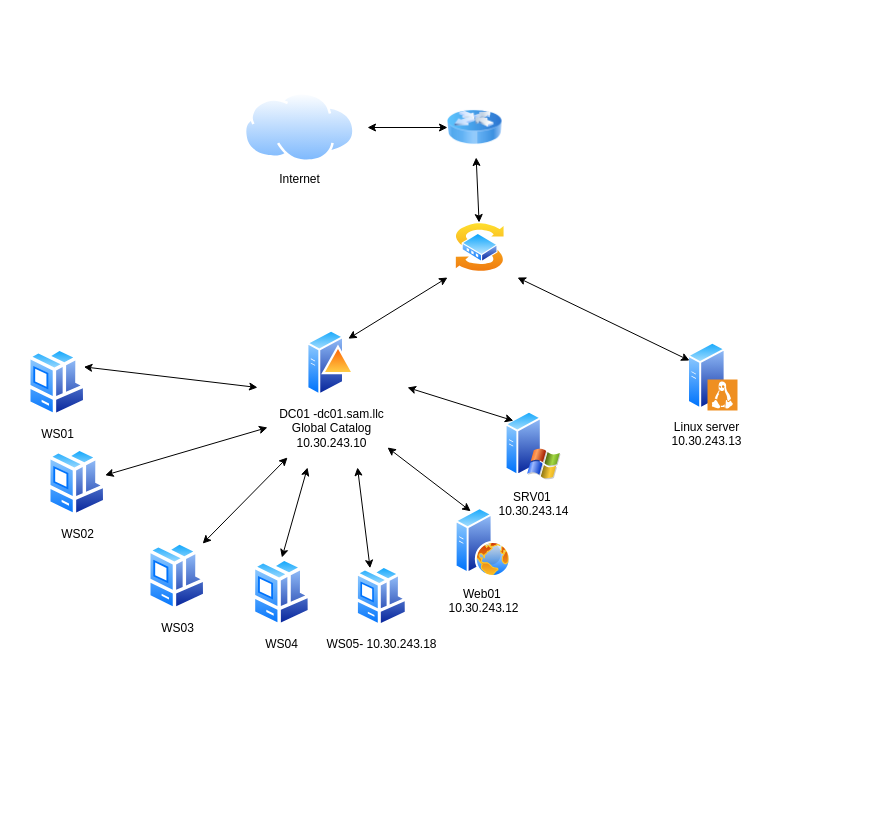
Above: Untitled Diagram.drawio in hgh7527/Network-Discovery-and-Topology-Mapping (draw.io), before the change. Source tidied: cells renumbered, new cells numbered last; positions are measured from the earlier drawing's top-left corner, leaving out a move shared by most shapes. Both pictures are drawn from the tidied source at 100%, with x=0, y=0 at pixel (27, 92).
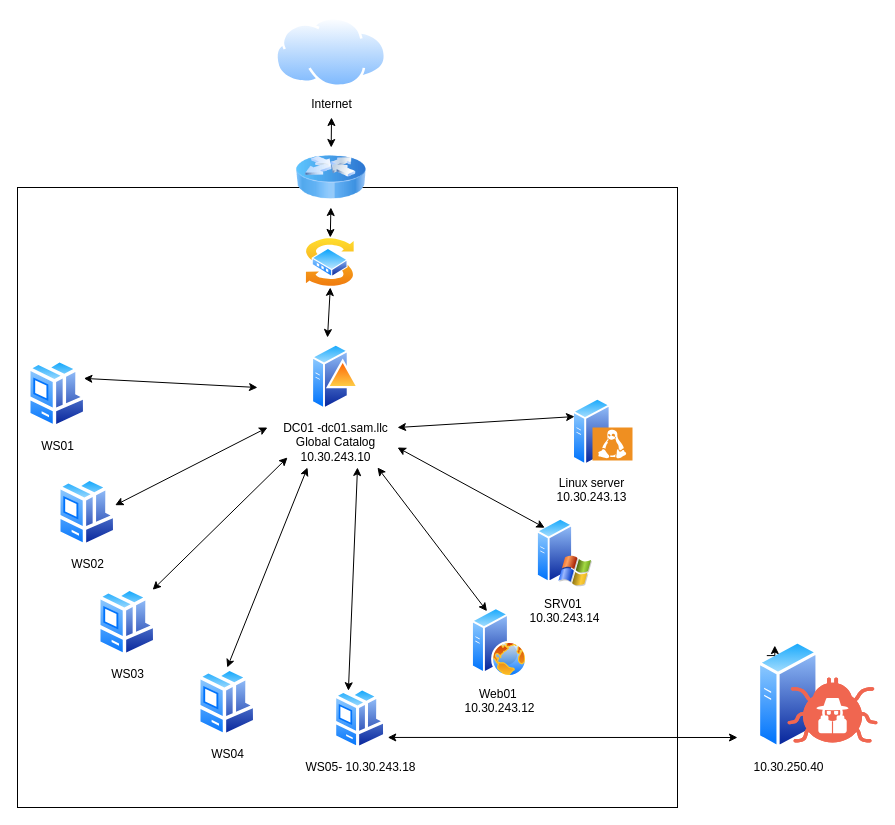
The same diagram, later.

The edit, as a diff of the source:
```diff
@@
     <mxCell id="2" value="DC01 -dc01.sam.llc&lt;div&gt;Global Catalog&lt;/div&gt;&lt;div&gt;10.30.243.10&lt;/div&gt;" style="image;perimeter=ellipsePerimeter;html=1;align=center;shadow=0;dashed=0;spacingTop=3;image=img/lib/active_directory/domain_controller.svg;" parent="1" vertex="1">
-      <mxGeometry x="279.5" y="236" width="48.3" height="69" as="geometry" />
+      <mxGeometry x="284.2" y="250" width="48.3" height="69" as="geometry" />
     </mxCell>
     <mxCell id="3" value="&lt;div&gt;WS01&lt;/div&gt;&lt;div&gt;&lt;br&gt;&lt;/div&gt;" style="image;perimeter=ellipsePerimeter;html=1;align=center;shadow=0;dashed=0;spacingTop=3;image=img/lib/active_directory/workstation_client.svg;" parent="1" vertex="1">
-      <mxGeometry y="255" width="59.5" height="70" as="geometry" />
+      <mxGeometry y="266.5" width="59.5" height="70" as="geometry" />
     </mxCell>
     <mxCell id="4" value="WS04" style="image;perimeter=ellipsePerimeter;html=1;align=center;shadow=0;dashed=0;spacingTop=3;image=img/lib/active_directory/workstation_client.svg;" parent="1" vertex="1">
-      <mxGeometry x="224.7" y="465" width="59.5" height="70" as="geometry" />
+      <mxGeometry x="170" y="575" width="59.5" height="70" as="geometry" />
     </mxCell>
     <mxCell id="5" value="WS03" style="image;perimeter=ellipsePerimeter;html=1;align=center;shadow=0;dashed=0;spacingTop=3;image=img/lib/active_directory/workstation_client.svg;" parent="1" vertex="1">
-      <mxGeometry x="120" y="448.8" width="59.5" height="70" as="geometry" />
+      <mxGeometry x="70" y="495" width="59.5" height="70" as="geometry" />
     </mxCell>
     <mxCell id="6" value="WS02" style="image;perimeter=ellipsePerimeter;html=1;align=center;shadow=0;dashed=0;spacingTop=3;image=img/lib/active_directory/workstation_client.svg;" parent="1" vertex="1">
-      <mxGeometry x="20" y="355" width="59.5" height="70" as="geometry" />
+      <mxGeometry x="30" y="385" width="59.5" height="70" as="geometry" />
     </mxCell>
     <mxCell id="7" value="WS05- 10.30.243.18&lt;div&gt;&lt;br&gt;&lt;/div&gt;" style="image;perimeter=ellipsePerimeter;html=1;align=center;shadow=0;dashed=0;spacingTop=3;image=img/lib/active_directory/workstation_client.svg;" parent="1" vertex="1">
-      <mxGeometry x="327.8" y="472.5" width="53.1" height="62.5" as="geometry" />
+      <mxGeometry x="306.1" y="595" width="53.1" height="62.5" as="geometry" />
     </mxCell>
     <mxCell id="8" value="Web01&amp;nbsp;&lt;div&gt;10.30.243.12&lt;div&gt;&lt;br&gt;&lt;/div&gt;&lt;/div&gt;" style="image;perimeter=ellipsePerimeter;html=1;align=center;shadow=0;dashed=0;spacingTop=3;image=img/lib/active_directory/web_server.svg;" parent="1" vertex="1">
-      <mxGeometry x="427.7" y="415" width="56" height="70" as="geometry" />
+      <mxGeometry x="444" y="515" width="56" height="70" as="geometry" />
     </mxCell>
     <mxCell id="9" value="&lt;div&gt;SRV01&amp;nbsp;&lt;/div&gt;&lt;div&gt;10.30.243.14&lt;/div&gt;&lt;div&gt;&lt;br&gt;&lt;/div&gt;" style="image;perimeter=ellipsePerimeter;html=1;align=center;shadow=0;dashed=0;spacingTop=3;image=img/lib/active_directory/windows_server_2.svg;" parent="1" vertex="1">
-      <mxGeometry x="477.7" y="318" width="56" height="70" as="geometry" />
+      <mxGeometry x="509" y="425" width="56" height="70" as="geometry" />
     </mxCell>
-    <mxCell id="10" style="image;html=1;image=img/lib/clip_art/networking/Router_Icon_128x128.png;" parent="1" vertex="1">
-      <mxGeometry x="420" y="5" width="54.6" height="60" as="geometry" />
-    </mxCell>
     <mxCell id="11" style="image;perimeter=ellipsePerimeter;html=1;align=center;shadow=0;dashed=0;spacingTop=3;image=img/lib/active_directory/switch.svg;" parent="1" vertex="1">
-      <mxGeometry x="427.7" y="130" width="50" height="50" as="geometry" />
+      <mxGeometry x="277.8" y="145" width="50" height="50" as="geometry" />
     </mxCell>
@@
     <mxCell id="13" value="Linux server&lt;div&gt;10.30.243.13&lt;/div&gt;" style="image;perimeter=ellipsePerimeter;html=1;align=center;shadow=0;dashed=0;spacingTop=3;image=img/lib/active_directory/generic_server.svg;" parent="1" vertex="1">
-      <mxGeometry x="660" y="249" width="38.6" height="69" as="geometry" />
+      <mxGeometry x="545" y="305" width="38.6" height="69" as="geometry" />
     </mxCell>
     <mxCell id="14" style="shadow=0;dashed=0;html=1;strokeColor=none;fillColor=#EF8F21;labelPosition=center;verticalLabelPosition=bottom;verticalAlign=top;align=center;shape=mxgraph.veeam.linux;" parent="1" vertex="1">
-      <mxGeometry x="680" y="287" width="30" height="31" as="geometry" />
+      <mxGeometry x="565" y="335" width="40" height="33" as="geometry" />
     </mxCell>
     <mxCell id="15" value="Internet" style="image;perimeter=ellipsePerimeter;html=1;align=center;shadow=0;dashed=0;spacingTop=3;image=img/lib/active_directory/internet_cloud.svg;" parent="1" vertex="1">
-      <mxGeometry x="216.7" width="111.1" height="70" as="geometry" />
+      <mxGeometry x="248.1" y="-75" width="111.1" height="70" as="geometry" />
     </mxCell>
@@
-    <mxCell id="21" style="endArrow=classic;startArrow=classic;html=1;rounded=0;exitX=1;exitY=0;exitDx=0;exitDy=0;" parent="1" edge="1" source="2">
-      <mxGeometry relative="1" as="geometry">
-        <mxPoint x="420" y="185" as="targetPoint" />
-      </mxGeometry>
-    </mxCell>
     <mxCell id="22" style="endArrow=classic;startArrow=classic;html=1;rounded=0;exitX=0.25;exitY=0;exitDx=0;exitDy=0;" parent="1" edge="1" source="8">
       <mxGeometry relative="1" as="geometry">
-        <mxPoint x="360" y="355" as="targetPoint" />
+        <mxPoint x="350" y="375" as="targetPoint" />
       </mxGeometry>
     </mxCell>
     <mxCell id="23" style="endArrow=classic;startArrow=classic;html=1;rounded=0;exitX=0;exitY=0;exitDx=0;exitDy=0;" parent="1" edge="1" source="9">
       <mxGeometry relative="1" as="geometry">
-        <mxPoint x="380" y="295" as="targetPoint" />
+        <mxPoint x="370" y="355" as="targetPoint" />
       </mxGeometry>
     </mxCell>
     <mxCell id="24" style="endArrow=classic;startArrow=classic;html=1;rounded=0;exitX=0;exitY=0.25;exitDx=0;exitDy=0;" parent="1" edge="1" source="13">
       <mxGeometry relative="1" as="geometry">
-        <mxPoint x="490" y="185" as="targetPoint" />
+        <mxPoint x="370" y="335" as="targetPoint" />
       </mxGeometry>
     </mxCell>
-    <mxCell id="25" style="endArrow=classic;startArrow=classic;html=1;rounded=0;entryX=0;entryY=0.5;entryDx=0;entryDy=0;" parent="1" edge="1" target="10">
+    <mxCell id="25" style="endArrow=classic;startArrow=classic;html=1;rounded=0;entryX=0.5;entryY=0;entryDx=0;entryDy=0;" parent="1" edge="1" target="10">
       <mxGeometry relative="1" as="geometry">
-        <mxPoint x="340" y="35" as="sourcePoint" />
+        <mxPoint x="304" y="25" as="sourcePoint" />
       </mxGeometry>
     </mxCell>
+    <mxCell id="26" style="endArrow=classic;startArrow=classic;html=1;rounded=0;entryX=0.5;entryY=1;entryDx=0;entryDy=0;" parent="1" edge="1" target="11">
+      <mxGeometry relative="1" as="geometry">
+        <mxPoint x="300" y="245" as="sourcePoint" />
+      </mxGeometry>
+    </mxCell>
+    <mxCell id="27" style="rounded=0;whiteSpace=wrap;html=1;fillColor=none;" parent="1" vertex="1">
+      <mxGeometry x="-10" y="95" width="660" height="620" as="geometry" />
+    </mxCell>
+    <mxCell id="10" style="image;html=1;image=img/lib/clip_art/networking/Router_Icon_128x128.png;" parent="1" vertex="1">
+      <mxGeometry x="268.7" y="55" width="70" height="60" as="geometry" />
+    </mxCell>
+    <mxCell id="28" value="10.30.250.40" style="image;perimeter=ellipsePerimeter;html=1;align=center;shadow=0;dashed=0;spacingTop=3;image=img/lib/active_directory/generic_server.svg;" parent="1" vertex="1">
+      <mxGeometry x="730" y="547.5" width="61.6" height="110" as="geometry" />
+    </mxCell>
+    <mxCell id="29" style="verticalLabelPosition=bottom;sketch=0;html=1;fillColor=#F06650;strokeColor=#ffffff;verticalAlign=top;align=center;shape=mxgraph.cisco_safe.compositeIcon;bgIcon=threat3;resIcon=mxgraph.cisco_safe.threat.threat_c3;" parent="1" vertex="1">
+      <mxGeometry x="760" y="585" width="90" height="65" as="geometry" />
+    </mxCell>
+    <mxCell id="30" style="endArrow=classic;startArrow=classic;html=1;rounded=0;entryX=0.561;entryY=0.887;entryDx=0;entryDy=0;entryPerimeter=0;" parent="1" edge="1" target="27">
+      <mxGeometry relative="1" as="geometry">
+        <mxPoint x="710" y="645" as="sourcePoint" />
+      </mxGeometry>
+    </mxCell>
+    <mxCell id="31" style="edgeStyle=orthogonalEdgeStyle;rounded=0;orthogonalLoop=1;jettySize=auto;html=1;exitX=0;exitY=0;exitDx=0;exitDy=0;entryX=0.25;entryY=0;entryDx=0;entryDy=0;" parent="1" edge="1" source="28" target="28">
+      <mxGeometry relative="1" as="geometry" />
+    </mxCell>
```
